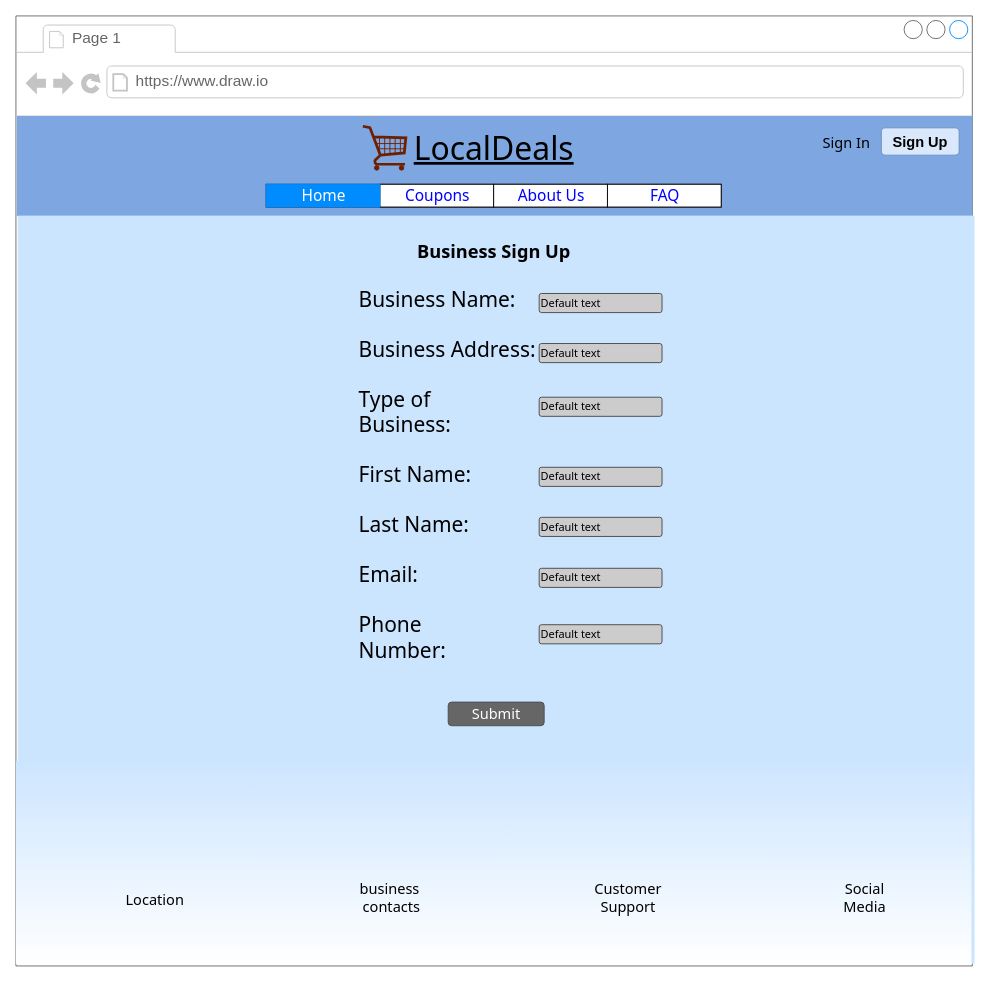
This is page "Business Sign up" (4 of 9) of coupon.drawio from EsmeraldaAca/UIDesign, a draw.io file, before an edit. Source tidied: cells renumbered, new cells numbered last; positions are measured from the earlier drawing's top-left corner, leaving out a move shared by most shapes. Both pictures are drawn from the tidied source at 91%, with x=0, y=0 at pixel (15, 15). Pictures stored in the file or linked from it are replaced by grey dashed boxes.
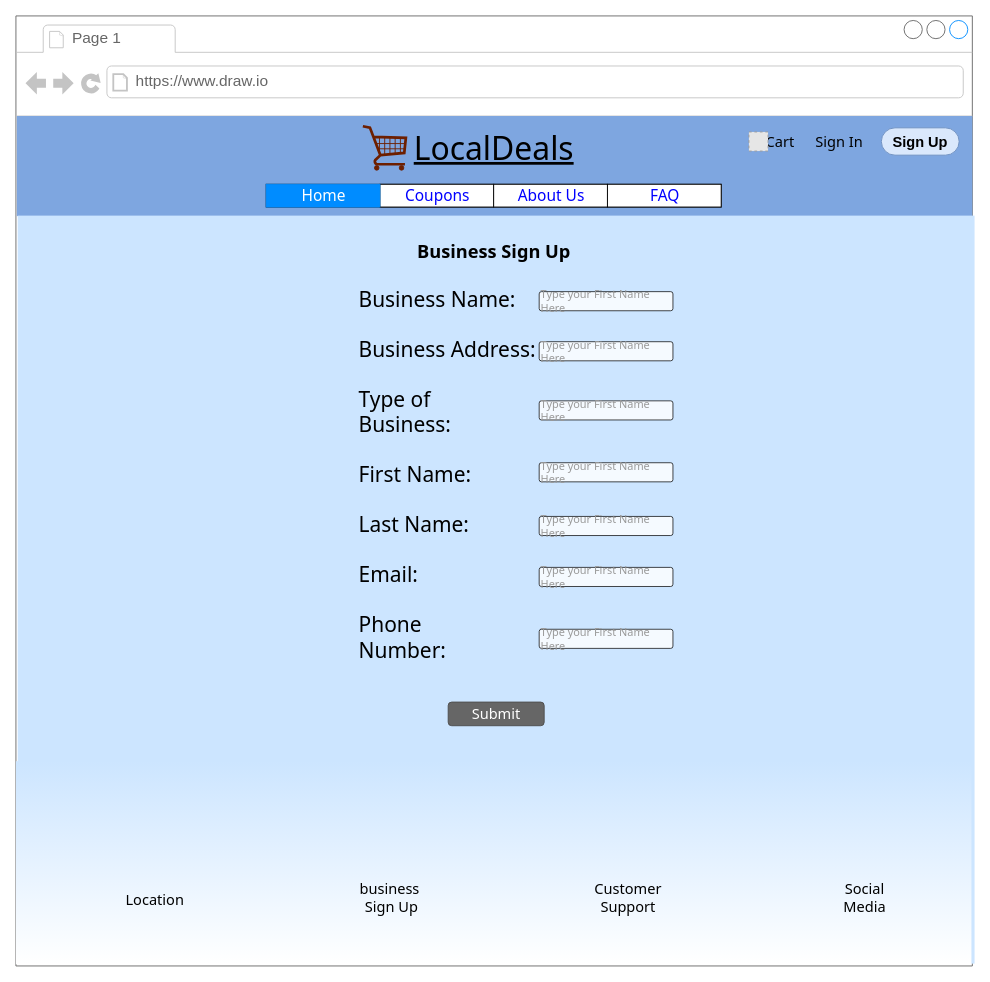
Above is the later version.

The change refers to these unchanged cells:
```xml
<mxCell id="2" style="strokeWidth=1;shadow=0;dashed=0;align=center;html=1;shape=mxgraph.mockup.containers.browserWindow;rSize=0;strokeColor=#666666;strokeColor2=#008cff;strokeColor3=#c4c4c4;mainText=,;" parent="1" vertex="1">
  <mxGeometry width="1051" height="1044" as="geometry" />
</mxCell>
```

Change to the diagram source:
```diff
@@
-    <mxCell id="6" value="Sign Up" style="rounded=1;html=1;shadow=0;dashed=0;whiteSpace=wrap;fontSize=16;fillColor=#dae8fc;align=center;strokeColor=#6c8ebf;fontStyle=1;" parent="2" vertex="1">
-      <mxGeometry x="951" y="123" width="85.5" height="30" as="geometry" />
-    </mxCell>
@@
-    <mxCell id="18" value="&lt;font style=&quot;font-size: 12px;&quot;&gt;Default text&lt;/font&gt;" style="strokeWidth=1;html=1;shadow=0;dashed=0;shape=mxgraph.ios.iTextInput;strokeColor=#444444;buttonText=;fontSize=8;whiteSpace=wrap;align=left;labelBackgroundColor=none;labelBorderColor=none;fontFamily=Tahoma;fontColor=none;fillColor=#CCCCCC;gradientColor=none;gradientDirection=north;" parent="1" vertex="1">
-      <mxGeometry x="575" y="305" width="135" height="21" as="geometry" />
-    </mxCell>
-    <mxCell id="19" value="&lt;font style=&quot;font-size: 12px;&quot;&gt;Default text&lt;/font&gt;" style="strokeWidth=1;html=1;shadow=0;dashed=0;shape=mxgraph.ios.iTextInput;strokeColor=#444444;buttonText=;fontSize=8;whiteSpace=wrap;align=left;labelBackgroundColor=none;labelBorderColor=none;fontFamily=Tahoma;fontColor=none;fillColor=#CCCCCC;gradientColor=none;gradientDirection=north;" parent="1" vertex="1">
-      <mxGeometry x="575" y="360" width="135" height="21" as="geometry" />
-    </mxCell>
-    <mxCell id="20" value="&lt;font style=&quot;font-size: 12px;&quot;&gt;Default text&lt;/font&gt;" style="strokeWidth=1;html=1;shadow=0;dashed=0;shape=mxgraph.ios.iTextInput;strokeColor=#444444;buttonText=;fontSize=8;whiteSpace=wrap;align=left;labelBackgroundColor=none;labelBorderColor=none;fontFamily=Tahoma;fontColor=none;fillColor=#CCCCCC;gradientColor=none;gradientDirection=north;" parent="1" vertex="1">
-      <mxGeometry x="575" y="419" width="135" height="21" as="geometry" />
-    </mxCell>
-    <mxCell id="21" value="&lt;font style=&quot;font-size: 12px;&quot;&gt;Default text&lt;/font&gt;" style="strokeWidth=1;html=1;shadow=0;dashed=0;shape=mxgraph.ios.iTextInput;strokeColor=#444444;buttonText=;fontSize=8;whiteSpace=wrap;align=left;labelBackgroundColor=none;labelBorderColor=none;fontFamily=Tahoma;fontColor=none;fillColor=#CCCCCC;gradientColor=none;gradientDirection=north;" parent="1" vertex="1">
-      <mxGeometry x="575" y="496" width="135" height="21" as="geometry" />
-    </mxCell>
-    <mxCell id="22" value="&lt;font style=&quot;font-size: 12px;&quot;&gt;Default text&lt;/font&gt;" style="strokeWidth=1;html=1;shadow=0;dashed=0;shape=mxgraph.ios.iTextInput;strokeColor=#444444;buttonText=;fontSize=8;whiteSpace=wrap;align=left;labelBackgroundColor=none;labelBorderColor=none;fontFamily=Tahoma;fontColor=none;fillColor=#CCCCCC;gradientColor=none;gradientDirection=north;" parent="1" vertex="1">
-      <mxGeometry x="575" y="551" width="135" height="21" as="geometry" />
-    </mxCell>
-    <mxCell id="23" value="&lt;font style=&quot;font-size: 12px;&quot;&gt;Default text&lt;/font&gt;" style="strokeWidth=1;html=1;shadow=0;dashed=0;shape=mxgraph.ios.iTextInput;strokeColor=#444444;buttonText=;fontSize=8;whiteSpace=wrap;align=left;labelBackgroundColor=none;labelBorderColor=none;fontFamily=Tahoma;fontColor=none;fillColor=#CCCCCC;gradientColor=none;gradientDirection=north;" parent="1" vertex="1">
-      <mxGeometry x="575" y="607" width="135" height="21" as="geometry" />
-    </mxCell>
-    <mxCell id="24" value="&lt;font style=&quot;font-size: 12px;&quot;&gt;Default text&lt;/font&gt;" style="strokeWidth=1;html=1;shadow=0;dashed=0;shape=mxgraph.ios.iTextInput;strokeColor=#444444;buttonText=;fontSize=8;whiteSpace=wrap;align=left;labelBackgroundColor=none;labelBorderColor=none;fontFamily=Tahoma;fontColor=none;fillColor=#CCCCCC;gradientColor=none;gradientDirection=north;" parent="1" vertex="1">
-      <mxGeometry x="575" y="669" width="135" height="21" as="geometry" />
-    </mxCell>
@@
-    <mxCell id="27" value="business&amp;nbsp; contacts" style="text;html=1;strokeColor=none;fillColor=none;align=center;verticalAlign=middle;whiteSpace=wrap;rounded=0;shadow=0;labelBackgroundColor=none;labelBorderColor=none;fontFamily=Tahoma;fontSize=16;fontColor=#000000;" parent="1" vertex="1">
+    <mxCell id="27" value="business&amp;nbsp; Sign Up" style="text;html=1;strokeColor=none;fillColor=none;align=center;verticalAlign=middle;whiteSpace=wrap;rounded=0;shadow=0;labelBackgroundColor=none;labelBorderColor=none;fontFamily=Tahoma;fontSize=16;fontColor=#000000;" parent="1" vertex="1">
       <mxGeometry x="383" y="954" width="60" height="30" as="geometry" />
     </mxCell>
@@
-    <mxCell id="30" value="&lt;font style=&quot;font-size: 16px;&quot;&gt;Sign In&lt;/font&gt;" style="text;html=1;strokeColor=none;fillColor=none;align=center;verticalAlign=middle;whiteSpace=wrap;rounded=0;shadow=0;labelBackgroundColor=none;labelBorderColor=none;fontFamily=Tahoma;fontSize=24;fontColor=none;" parent="1" vertex="1">
-      <mxGeometry x="883" y="122" width="60" height="30" as="geometry" />
+    <mxCell id="30" value="Sign In" style="text;html=1;strokeColor=none;fillColor=none;align=center;verticalAlign=middle;whiteSpace=wrap;rounded=0;shadow=0;labelBackgroundColor=none;labelBorderColor=none;fontFamily=Tahoma;fontSize=16;fontColor=#000000;" parent="1" vertex="1">
+      <mxGeometry x="875" y="123" width="60" height="30" as="geometry" />
     </mxCell>
+    <mxCell id="31" value="&lt;font style=&quot;font-size: 16px;&quot; color=&quot;#000000&quot;&gt;Cart&lt;/font&gt;" style="text;html=1;strokeColor=none;fillColor=none;align=center;verticalAlign=middle;whiteSpace=wrap;rounded=0;shadow=1;labelBackgroundColor=none;labelBorderColor=none;fontFamily=Tahoma;fontSize=15;fontColor=#7EA6E0;opacity=60;" parent="1" vertex="1">
+      <mxGeometry x="810" y="123" width="60" height="30" as="geometry" />
+    </mxCell>
+    <mxCell id="32" style="fillColor=#E6E6E6;strokeColor=#999999;dashed=1;html=1;verticalAlign=top;verticalLabelPosition=bottom;labelBackgroundColor=#ffffff;fontFamily=Tahoma;fontSize=16;fontColor=#000000;" parent="1" vertex="1">
+      <mxGeometry x="805.5" y="127.5" width="21" height="21" as="geometry" />
+    </mxCell>
+    <mxCell id="6" value="Sign Up" style="rounded=1;html=1;shadow=0;dashed=0;whiteSpace=wrap;fontSize=16;fillColor=#dae8fc;align=center;strokeColor=#6c8ebf;fontStyle=1;arcSize=50;" parent="1" vertex="1">
+      <mxGeometry x="951" y="123" width="85.5" height="30" as="geometry" />
+    </mxCell>
+    <mxCell id="33" value="&lt;span style=&quot;font-size: 12px;&quot;&gt;&lt;font&gt;Type your First Name Here&lt;/font&gt;&lt;/span&gt;" style="strokeWidth=1;html=1;shadow=0;dashed=0;shape=mxgraph.ios.iTextInput;buttonText=;fontSize=8;whiteSpace=wrap;align=left;labelBackgroundColor=none;labelBorderColor=none;fontFamily=Tahoma;gradientDirection=north;opacity=80;fontColor=#999999;" parent="1" vertex="1">
+      <mxGeometry x="575" y="303" width="147" height="21" as="geometry" />
+    </mxCell>
+    <mxCell id="34" value="&lt;span style=&quot;font-size: 12px;&quot;&gt;&lt;font&gt;Type your First Name Here&lt;/font&gt;&lt;/span&gt;" style="strokeWidth=1;html=1;shadow=0;dashed=0;shape=mxgraph.ios.iTextInput;buttonText=;fontSize=8;whiteSpace=wrap;align=left;labelBackgroundColor=none;labelBorderColor=none;fontFamily=Tahoma;gradientDirection=north;opacity=80;fontColor=#999999;" parent="1" vertex="1">
+      <mxGeometry x="575" y="358" width="147" height="21" as="geometry" />
+    </mxCell>
+    <mxCell id="35" value="&lt;span style=&quot;font-size: 12px;&quot;&gt;&lt;font&gt;Type your First Name Here&lt;/font&gt;&lt;/span&gt;" style="strokeWidth=1;html=1;shadow=0;dashed=0;shape=mxgraph.ios.iTextInput;buttonText=;fontSize=8;whiteSpace=wrap;align=left;labelBackgroundColor=none;labelBorderColor=none;fontFamily=Tahoma;gradientDirection=north;opacity=80;fontColor=#999999;" parent="1" vertex="1">
+      <mxGeometry x="575" y="423" width="147" height="21" as="geometry" />
+    </mxCell>
+    <mxCell id="36" value="&lt;span style=&quot;font-size: 12px;&quot;&gt;&lt;font&gt;Type your First Name Here&lt;/font&gt;&lt;/span&gt;" style="strokeWidth=1;html=1;shadow=0;dashed=0;shape=mxgraph.ios.iTextInput;buttonText=;fontSize=8;whiteSpace=wrap;align=left;labelBackgroundColor=none;labelBorderColor=none;fontFamily=Tahoma;gradientDirection=north;opacity=80;fontColor=#999999;" parent="1" vertex="1">
+      <mxGeometry x="575" y="491" width="147" height="21" as="geometry" />
+    </mxCell>
+    <mxCell id="37" value="&lt;span style=&quot;font-size: 12px;&quot;&gt;&lt;font&gt;Type your First Name Here&lt;/font&gt;&lt;/span&gt;" style="strokeWidth=1;html=1;shadow=0;dashed=0;shape=mxgraph.ios.iTextInput;buttonText=;fontSize=8;whiteSpace=wrap;align=left;labelBackgroundColor=none;labelBorderColor=none;fontFamily=Tahoma;gradientDirection=north;opacity=80;fontColor=#999999;" parent="1" vertex="1">
+      <mxGeometry x="575" y="550" width="147" height="21" as="geometry" />
+    </mxCell>
+    <mxCell id="38" value="&lt;span style=&quot;font-size: 12px;&quot;&gt;&lt;font&gt;Type your First Name Here&lt;/font&gt;&lt;/span&gt;" style="strokeWidth=1;html=1;shadow=0;dashed=0;shape=mxgraph.ios.iTextInput;buttonText=;fontSize=8;whiteSpace=wrap;align=left;labelBackgroundColor=none;labelBorderColor=none;fontFamily=Tahoma;gradientDirection=north;opacity=80;fontColor=#999999;" parent="1" vertex="1">
+      <mxGeometry x="575" y="606" width="147" height="21" as="geometry" />
+    </mxCell>
+    <mxCell id="39" value="&lt;span style=&quot;font-size: 12px;&quot;&gt;&lt;font&gt;Type your First Name Here&lt;/font&gt;&lt;/span&gt;" style="strokeWidth=1;html=1;shadow=0;dashed=0;shape=mxgraph.ios.iTextInput;buttonText=;fontSize=8;whiteSpace=wrap;align=left;labelBackgroundColor=none;labelBorderColor=none;fontFamily=Tahoma;gradientDirection=north;opacity=80;fontColor=#999999;" parent="1" vertex="1">
+      <mxGeometry x="575" y="674" width="147" height="21" as="geometry" />
+    </mxCell>
```
